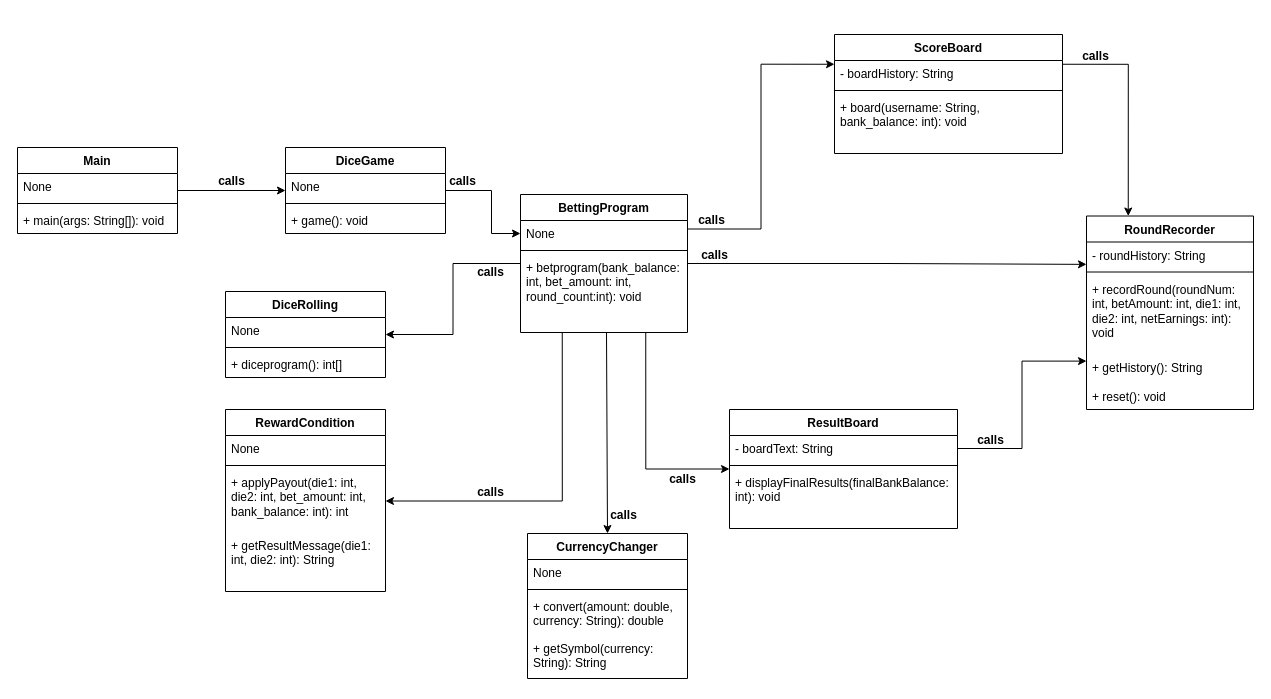
Before: Java School Projects/40841063_HLUM HTET AUNG Coursework 2/Class diagram.drawio in hlumhtetaung/projects, a draw.io diagram. Source tidied: cells renumbered, new cells numbered last; positions are measured from the earlier drawing's top-left corner, leaving out a move shared by most shapes. Both pictures are drawn from the tidied source at 100%, with x=0, y=0 at pixel (17, 34).
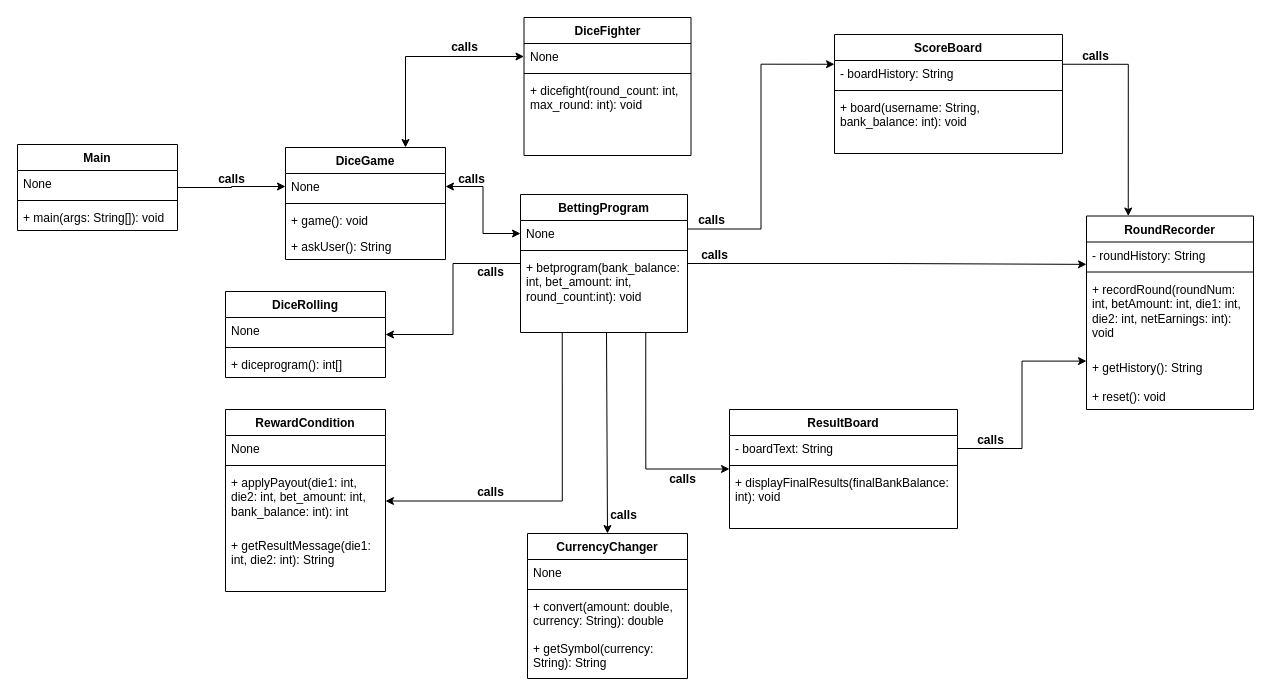
After the change.

Unchanged cells that the change refers to:
```xml
<mxCell id="9" value="None" style="text;strokeColor=none;fillColor=none;align=left;verticalAlign=top;spacingLeft=4;spacingRight=4;overflow=hidden;points=[[0,0.5],[1,0.5]];portConstraint=eastwest;whiteSpace=wrap;html=1;" parent="8" vertex="1">
  <mxGeometry y="26" width="160" height="26" as="geometry" />
</mxCell>
<mxCell id="19" value="None" style="text;strokeColor=none;fillColor=none;align=left;verticalAlign=top;spacingLeft=4;spacingRight=4;overflow=hidden;points=[[0,0.5],[1,0.5]];portConstraint=eastwest;whiteSpace=wrap;html=1;" parent="18" vertex="1">
  <mxGeometry y="26" width="167" height="26" as="geometry" />
</mxCell>
```

The edit, as a diff of the source:
```diff
@@
-    <mxCell id="2" style="edgeStyle=orthogonalEdgeStyle;rounded=0;jettySize=auto;html=1;exitX=1;exitY=0.5;exitDx=0;exitDy=0;entryX=0;entryY=0.5;entryDx=0;entryDy=0;" parent="1" edge="1" source="3" target="8">
+    <mxCell id="2" style="edgeStyle=orthogonalEdgeStyle;rounded=0;jettySize=auto;html=1;exitX=1;exitY=0.5;exitDx=0;exitDy=0;entryX=0;entryY=0.5;entryDx=0;entryDy=0;" parent="1" edge="1" source="3" target="9">
       <mxGeometry relative="1" as="geometry" />
     </mxCell>
     <mxCell id="3" value="Main" style="swimlane;fontStyle=1;align=center;verticalAlign=top;horizontal=1;startSize=26;whiteSpace=wrap;html=1;" parent="1" vertex="1">
-      <mxGeometry y="113" width="160" height="86" as="geometry" />
+      <mxGeometry y="110" width="160" height="86" as="geometry" />
     </mxCell>
@@
-    <mxCell id="7" style="edgeStyle=orthogonalEdgeStyle;rounded=0;jettySize=auto;html=1;exitX=1;exitY=0.5;exitDx=0;exitDy=0;entryX=0;entryY=0.5;entryDx=0;entryDy=0;" parent="1" edge="1" source="8" target="19">
-      <mxGeometry relative="1" as="geometry">
-        <Array as="points">
-          <mxPoint x="474" y="156" />
-          <mxPoint x="474" y="199" />
-        </Array>
-      </mxGeometry>
-    </mxCell>
+    <mxCell id="62" style="edgeStyle=orthogonalEdgeStyle;rounded=0;jettySize=auto;html=1;exitX=0.75;exitY=0;exitDx=0;exitDy=0;entryX=0;entryY=0.5;entryDx=0;entryDy=0;startArrow=classic;startFill=1;" parent="1" edge="1" source="8" target="65">
+      <mxGeometry relative="1" as="geometry" />
+    </mxCell>
     <mxCell id="8" value="DiceGame" style="swimlane;fontStyle=1;align=center;verticalAlign=top;horizontal=1;startSize=26;whiteSpace=wrap;html=1;" parent="1" vertex="1">
-      <mxGeometry x="268" y="113" width="160" height="86" as="geometry" />
+      <mxGeometry x="268" y="113" width="160" height="112" as="geometry" />
     </mxCell>
@@
+    <mxCell id="63" value="+ askUser(): String" style="text;strokeColor=none;fillColor=none;align=left;verticalAlign=top;spacingLeft=4;spacingRight=4;overflow=hidden;whiteSpace=wrap;html=1;" parent="8" vertex="1">
+      <mxGeometry y="86" width="160" height="26" as="geometry" />
+    </mxCell>
     <mxCell id="12" value="calls" style="text;align=center;fontStyle=1;verticalAlign=middle;spacingLeft=3;spacingRight=3;strokeColor=none;html=1;" parent="1" vertex="1">
-      <mxGeometry x="174" y="134" width="80" height="26" as="geometry" />
+      <mxGeometry x="174" y="132" width="80" height="26" as="geometry" />
     </mxCell>
@@
     <mxCell id="22" value="calls" style="text;align=center;fontStyle=1;verticalAlign=middle;spacingLeft=3;spacingRight=3;strokeColor=none;html=1;" parent="1" vertex="1">
-      <mxGeometry x="405" y="134" width="80" height="26" as="geometry" />
+      <mxGeometry x="414" y="132" width="80" height="26" as="geometry" />
     </mxCell>
@@
+    <mxCell id="64" value="DiceFighter" style="swimlane;fontStyle=1;align=center;verticalAlign=top;horizontal=1;startSize=26;whiteSpace=wrap;html=1;" parent="1" vertex="1">
+      <mxGeometry x="506.5" y="-17" width="167" height="138" as="geometry" />
+    </mxCell>
+    <mxCell id="65" value="None" style="text;strokeColor=none;fillColor=none;align=left;verticalAlign=top;spacingLeft=4;spacingRight=4;overflow=hidden;points=[[0,0.5],[1,0.5]];portConstraint=eastwest;whiteSpace=wrap;html=1;" parent="64" vertex="1">
+      <mxGeometry y="26" width="167" height="26" as="geometry" />
+    </mxCell>
+    <mxCell id="66" style="line;strokeWidth=1;fillColor=none;align=left;verticalAlign=middle;spacingTop=-1;spacingLeft=3;spacingRight=3;labelPosition=right;strokeColor=inherit;" parent="64" vertex="1">
+      <mxGeometry y="52" width="167" height="8" as="geometry" />
+    </mxCell>
+    <mxCell id="67" value="+ dicefight(round_count: int, max_round: int): void" style="text;strokeColor=none;fillColor=none;align=left;verticalAlign=top;spacingLeft=4;spacingRight=4;overflow=hidden;whiteSpace=wrap;html=1;" parent="64" vertex="1">
+      <mxGeometry y="60" width="167" height="78" as="geometry" />
+    </mxCell>
+    <mxCell id="68" value="calls" style="text;align=center;fontStyle=1;verticalAlign=middle;spacingLeft=3;spacingRight=3;strokeColor=none;html=1;" parent="1" vertex="1">
+      <mxGeometry x="407" width="80" height="26" as="geometry" />
+    </mxCell>
+    <mxCell id="69" style="edgeStyle=orthogonalEdgeStyle;rounded=0;jettySize=auto;html=1;exitX=1;exitY=0.5;exitDx=0;exitDy=0;entryX=0;entryY=0.5;entryDx=0;entryDy=0;startArrow=classic;startFill=1;" parent="1" edge="1" source="9" target="19">
+      <mxGeometry relative="1" as="geometry" />
+    </mxCell>
```
